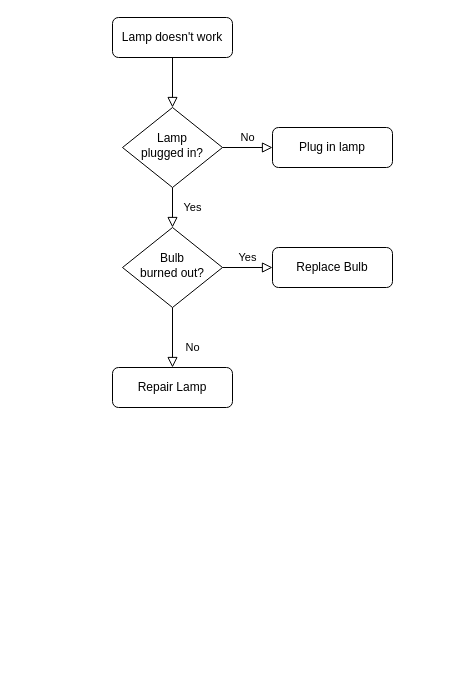
This is Impruvit.drawio from jasontran38/Impruvit, a draw.io file, before an edit. Source tidied: cells renumbered, new cells numbered last; positions are measured from the earlier drawing's top-left corner, leaving out a move shared by most shapes. Both pictures are drawn from the tidied source at 100%, with x=0, y=0 at pixel (112, 17).
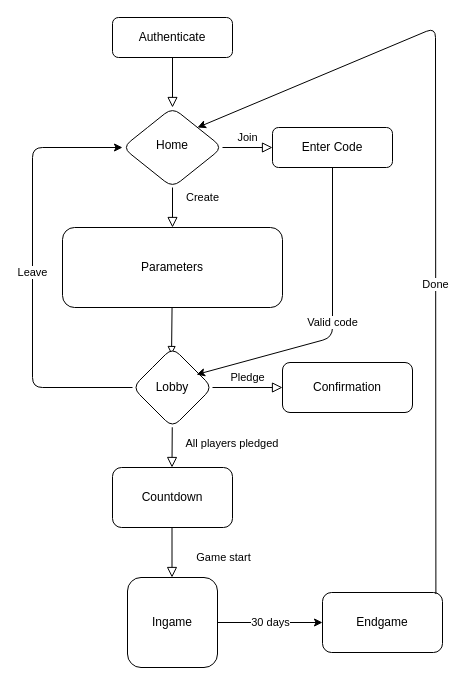
The same diagram, later.

Change to the diagram source:
```diff
@@
-    <mxCell id="3" value="Lamp doesn't work" style="rounded=1;whiteSpace=wrap;html=1;fontSize=12;glass=0;strokeWidth=1;shadow=0;" parent="1" vertex="1">
+    <mxCell id="3" value="Authenticate" style="rounded=1;whiteSpace=wrap;html=1;fontSize=12;glass=0;strokeWidth=1;shadow=0;" parent="1" vertex="1">
       <mxGeometry width="120" height="40" as="geometry" />
     </mxCell>
-    <mxCell id="4" value="Yes" style="rounded=0;html=1;jettySize=auto;fontSize=11;endArrow=block;endFill=0;endSize=8;strokeWidth=1;shadow=0;labelBackgroundColor=none;edgeStyle=orthogonalEdgeStyle;" parent="1" edge="1" source="6" target="10">
-      <mxGeometry y="20" relative="1" as="geometry" />
+    <mxCell id="4" value="Create" style="rounded=0;html=1;jettySize=auto;fontSize=11;endArrow=block;endFill=0;endSize=8;strokeWidth=1;shadow=0;labelBackgroundColor=none;edgeStyle=orthogonalEdgeStyle;entryX=0.5;entryY=0;entryDx=0;entryDy=0;" parent="1" edge="1" source="6" target="13">
+      <mxGeometry x="-0.5" y="30" relative="1" as="geometry" />
     </mxCell>
-    <mxCell id="5" value="No" style="edgeStyle=orthogonalEdgeStyle;rounded=0;html=1;jettySize=auto;fontSize=11;endArrow=block;endFill=0;endSize=8;strokeWidth=1;shadow=0;labelBackgroundColor=none;" parent="1" edge="1" source="6" target="7">
+    <mxCell id="5" value="Join" style="edgeStyle=orthogonalEdgeStyle;rounded=0;html=1;jettySize=auto;fontSize=11;endArrow=block;endFill=0;endSize=8;strokeWidth=1;shadow=0;labelBackgroundColor=none;" parent="1" edge="1" source="6" target="7">
       <mxGeometry y="10" relative="1" as="geometry" />
     </mxCell>
-    <mxCell id="6" value="Lamp&lt;br&gt;plugged in?" style="rhombus;whiteSpace=wrap;html=1;shadow=0;fontFamily=Helvetica;fontSize=12;align=center;strokeWidth=1;spacing=6;spacingTop=-4;" parent="1" vertex="1">
+    <mxCell id="6" value="Home" style="rhombus;whiteSpace=wrap;html=1;shadow=0;fontFamily=Helvetica;fontSize=12;align=center;strokeWidth=1;spacing=6;spacingTop=-4;rounded=1;" parent="1" vertex="1">
       <mxGeometry x="10" y="90" width="100" height="80" as="geometry" />
     </mxCell>
-    <mxCell id="7" value="Plug in lamp" style="rounded=1;whiteSpace=wrap;html=1;fontSize=12;glass=0;strokeWidth=1;shadow=0;" parent="1" vertex="1">
+    <mxCell id="7" value="Enter Code" style="rounded=1;whiteSpace=wrap;html=1;fontSize=12;glass=0;strokeWidth=1;shadow=0;" parent="1" vertex="1">
       <mxGeometry x="160" y="110" width="120" height="40" as="geometry" />
     </mxCell>
-    <mxCell id="8" value="No" style="rounded=0;html=1;jettySize=auto;fontSize=11;endArrow=block;endFill=0;endSize=8;strokeWidth=1;shadow=0;labelBackgroundColor=none;edgeStyle=orthogonalEdgeStyle;" parent="1" edge="1" source="10" target="11">
+    <mxCell id="8" style="rounded=0;html=1;jettySize=auto;fontSize=11;endArrow=block;endFill=0;strokeWidth=1;shadow=0;labelBackgroundColor=none;entryX=0.488;entryY=0.088;entryDx=0;entryDy=0;entryPerimeter=0;" parent="1" edge="1" source="13" target="14">
       <mxGeometry x="0.33" y="20" relative="1" as="geometry" />
     </mxCell>
-    <mxCell id="9" value="Yes" style="edgeStyle=orthogonalEdgeStyle;rounded=0;html=1;jettySize=auto;fontSize=11;endArrow=block;endFill=0;endSize=8;strokeWidth=1;shadow=0;labelBackgroundColor=none;" parent="1" edge="1" source="10" target="12">
-      <mxGeometry y="10" relative="1" as="geometry" />
-    </mxCell>
-    <mxCell id="10" value="Bulb&lt;br&gt;burned out?" style="rhombus;whiteSpace=wrap;html=1;shadow=0;fontFamily=Helvetica;fontSize=12;align=center;strokeWidth=1;spacing=6;spacingTop=-4;" parent="1" vertex="1">
-      <mxGeometry x="10" y="210" width="100" height="80" as="geometry" />
-    </mxCell>
-    <mxCell id="11" value="Repair Lamp" style="rounded=1;whiteSpace=wrap;html=1;fontSize=12;glass=0;strokeWidth=1;shadow=0;" parent="1" vertex="1">
-      <mxGeometry y="350" width="120" height="40" as="geometry" />
-    </mxCell>
-    <mxCell id="12" value="Replace Bulb" style="rounded=1;whiteSpace=wrap;html=1;fontSize=12;glass=0;strokeWidth=1;shadow=0;" parent="1" vertex="1">
-      <mxGeometry x="160" y="230" width="120" height="40" as="geometry" />
-    </mxCell>
+    <mxCell id="13" value="Parameters" style="rounded=1;whiteSpace=wrap;html=1;" parent="1" vertex="1">
+      <mxGeometry x="-50" y="210" width="220" height="80" as="geometry" />
+    </mxCell>
+    <mxCell id="14" value="Lobby" style="rhombus;whiteSpace=wrap;html=1;rounded=1;" parent="1" vertex="1">
+      <mxGeometry x="20" y="330" width="80" height="80" as="geometry" />
+    </mxCell>
+    <mxCell id="15" value="Pledge" style="rounded=0;html=1;jettySize=auto;fontSize=11;endArrow=block;endFill=0;endSize=8;strokeWidth=1;shadow=0;labelBackgroundColor=none;entryX=0;entryY=0.5;entryDx=0;entryDy=0;" parent="1" edge="1" source="14" target="16">
+      <mxGeometry y="10" relative="1" as="geometry" />
+    </mxCell>
+    <mxCell id="16" value="Confirmation" style="rounded=1;whiteSpace=wrap;html=1;" parent="1" vertex="1">
+      <mxGeometry x="170" y="345" width="130" height="50" as="geometry" />
+    </mxCell>
+    <mxCell id="17" value="All players pledged&amp;nbsp;" style="rounded=0;html=1;jettySize=auto;fontSize=11;endArrow=block;endFill=0;endSize=8;strokeWidth=1;shadow=0;labelBackgroundColor=none;" parent="1" edge="1" source="14">
+      <mxGeometry x="-0.2" y="61" relative="1" as="geometry">
+        <mxPoint x="59.5" y="450" as="targetPoint" />
+      </mxGeometry>
+    </mxCell>
+    <mxCell id="18" value="Countdown" style="rounded=1;whiteSpace=wrap;html=1;" parent="1" vertex="1">
+      <mxGeometry y="450" width="120" height="60" as="geometry" />
+    </mxCell>
+    <mxCell id="19" value="Game start" style="rounded=0;html=1;jettySize=auto;orthogonalLoop=1;fontSize=11;endArrow=block;endFill=0;endSize=8;strokeWidth=1;shadow=0;labelBackgroundColor=none;edgeStyle=orthogonalEdgeStyle;" parent="1" edge="1">
+      <mxGeometry x="0.2" y="51" relative="1" as="geometry">
+        <mxPoint x="59.5" y="510" as="sourcePoint" />
+        <mxPoint x="59.5" y="560" as="targetPoint" />
+      </mxGeometry>
+    </mxCell>
+    <mxCell id="20" value="Leave" style="endArrow=classic;html=1;exitX=0;exitY=0.5;exitDx=0;exitDy=0;entryX=0;entryY=0.5;entryDx=0;entryDy=0;" parent="1" edge="1" source="14" target="6">
+      <mxGeometry relative="1" as="geometry">
+        <Array as="points">
+          <mxPoint x="-80" y="370" />
+          <mxPoint x="-80" y="130" />
+        </Array>
+      </mxGeometry>
+    </mxCell>
+    <mxCell id="21" value="Valid code" style="endArrow=classic;html=1;exitX=0.5;exitY=1;exitDx=0;exitDy=0;entryX=0.8;entryY=0.338;entryDx=0;entryDy=0;entryPerimeter=0;" parent="1" edge="1" source="7" target="14">
+      <mxGeometry relative="1" as="geometry">
+        <Array as="points">
+          <mxPoint x="220" y="320" />
+        </Array>
+      </mxGeometry>
+    </mxCell>
+    <mxCell id="22" value="Ingame" style="whiteSpace=wrap;html=1;rounded=1;" parent="1" vertex="1">
+      <mxGeometry x="15" y="560" width="90" height="90" as="geometry" />
+    </mxCell>
+    <mxCell id="23" value="Endgame" style="rounded=1;whiteSpace=wrap;html=1;" parent="1" vertex="1">
+      <mxGeometry x="210" y="575" width="120" height="60" as="geometry" />
+    </mxCell>
+    <mxCell id="24" value="30 days" style="endArrow=classic;html=1;exitX=1;exitY=0.5;exitDx=0;exitDy=0;entryX=0;entryY=0.5;entryDx=0;entryDy=0;" parent="1" edge="1" source="22" target="23">
+      <mxGeometry relative="1" as="geometry" />
+    </mxCell>
+    <mxCell id="25" style="endArrow=classic;html=1;exitX=0.945;exitY=0.026;exitDx=0;exitDy=0;entryX=1;entryY=0;entryDx=0;entryDy=0;exitPerimeter=0;" parent="1" edge="1" source="23" target="6">
+      <mxGeometry relative="1" as="geometry">
+        <Array as="points">
+          <mxPoint x="323" y="10" />
+        </Array>
+      </mxGeometry>
+    </mxCell>
+    <mxCell id="26" value="Done" style="edgeLabel;html=1;align=center;verticalAlign=middle;" parent="25" vertex="1">
+      <mxGeometry x="-0.25" y="1" relative="1" as="geometry">
+        <mxPoint y="-1" as="offset" />
+      </mxGeometry>
+    </mxCell>
```
